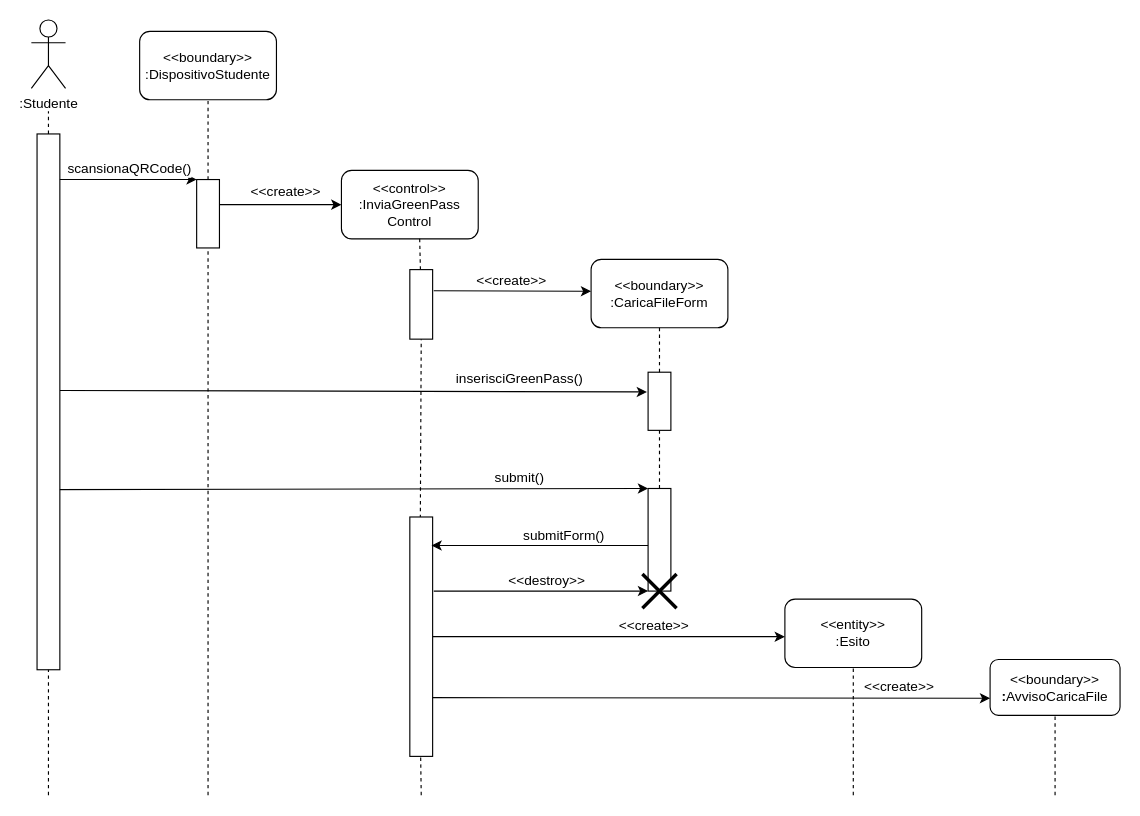
Alberto-00/EasyPass keeps this draw.io diagram as Documentazione/Resources/Sequence Diagram SendGreenPass.drawio. Above is the earlier version. Source tidied: cells renumbered, new cells numbered last; positions are measured from the earlier drawing's top-left corner, leaving out a move shared by most shapes. Both pictures are drawn from the tidied source at 114%, with x=0, y=0 at pixel (31, 19).
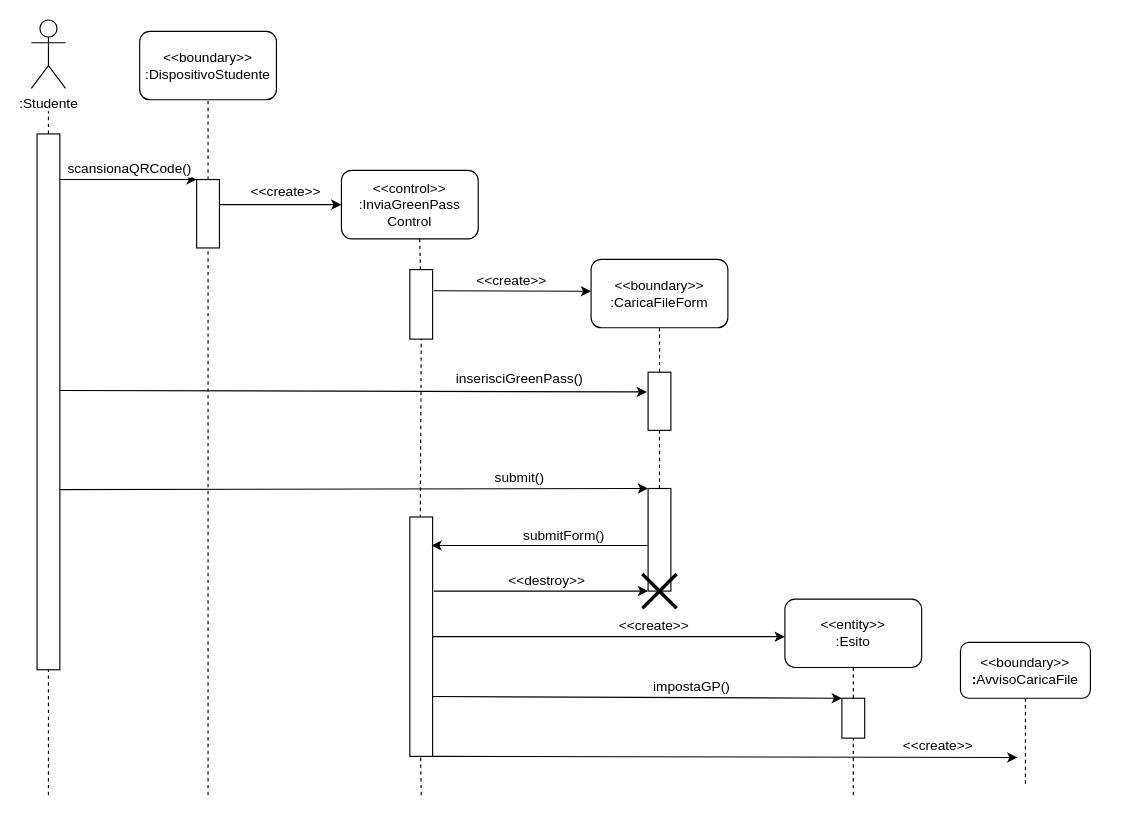
The same diagram, later.

The change refers to these unchanged cells:
```xml
<mxCell id="9" value="&amp;lt;&amp;lt;entity&amp;gt;&amp;gt;&lt;br&gt;:Esito" style="rounded=1;whiteSpace=wrap;html=1;" parent="1" vertex="1">
  <mxGeometry x="661" y="508" width="120" height="60" as="geometry" />
</mxCell>
<mxCell id="31" style="rounded=0;whiteSpace=wrap;html=1;" parent="1" vertex="1">
  <mxGeometry x="332" y="436" width="20" height="210" as="geometry" />
</mxCell>
```

What changed in the source:
```diff
@@
-    <mxCell id="35" style="endArrow=classic;html=1;rounded=0;entryX=0;entryY=0.5;entryDx=0;entryDy=0;" parent="1" edge="1">
+    <mxCell id="35" style="endArrow=classic;html=1;rounded=0;" parent="1" edge="1">
       <mxGeometry relative="1" as="geometry">
-        <mxPoint x="352" y="594.5" as="sourcePoint" />
-        <mxPoint x="841" y="595" as="targetPoint" />
+        <mxPoint x="352" y="646" as="sourcePoint" />
+        <mxPoint x="865" y="647" as="targetPoint" />
       </mxGeometry>
     </mxCell>
     <mxCell id="36" value="&amp;lt;&amp;lt;create&amp;gt;&amp;gt;" style="edgeLabel;html=1;align=center;verticalAlign=middle;fontSize=12;" parent="35" vertex="1">
       <mxGeometry x="0.31" y="1" relative="1" as="geometry">
-        <mxPoint x="88" y="-9" as="offset" />
+        <mxPoint x="106" y="-9" as="offset" />
       </mxGeometry>
     </mxCell>
@@
-    <mxCell id="40" style="endArrow=none;dashed=1;html=1;rounded=0;startArrow=none;entryX=0.5;entryY=1;entryDx=0;entryDy=0;" parent="1" edge="1" target="9">
-      <mxGeometry relative="1" as="geometry">
-        <mxPoint x="721" y="680" as="sourcePoint" />
-      </mxGeometry>
+    <mxCell id="40" style="endArrow=none;dashed=1;html=1;rounded=0;startArrow=none;entryX=0.5;entryY=1;entryDx=0;entryDy=0;" parent="1" edge="1" source="44" target="9">
+      <mxGeometry relative="1" as="geometry" />
     </mxCell>
     <mxCell id="41" style="endArrow=none;dashed=1;html=1;rounded=0;startArrow=none;entryX=0.5;entryY=1;entryDx=0;entryDy=0;" parent="1" edge="1" target="42">
       <mxGeometry relative="1" as="geometry">
-        <mxPoint x="898" y="680" as="sourcePoint" />
+        <mxPoint x="872" y="670" as="sourcePoint" />
       </mxGeometry>
     </mxCell>
     <mxCell id="42" value="&amp;lt;&amp;lt;boundary&amp;gt;&amp;gt;&lt;br&gt;&lt;font&gt;&lt;span style=&quot;font-size: 12px&quot;&gt;&lt;b&gt;:&lt;/b&gt;AvvisoCarica&lt;/span&gt;&lt;font style=&quot;font-size: 12px&quot;&gt;File&lt;/font&gt;&lt;/font&gt;" style="rounded=1;whiteSpace=wrap;html=1;" parent="1" vertex="1">
-      <mxGeometry x="841" y="561" width="114" height="49" as="geometry" />
+      <mxGeometry x="815" y="546" width="114" height="49" as="geometry" />
     </mxCell>
@@
+    <mxCell id="44" style="rounded=0;whiteSpace=wrap;html=1;" parent="1" vertex="1">
+      <mxGeometry x="711" y="595" width="20" height="35" as="geometry" />
+    </mxCell>
+    <mxCell id="45" style="endArrow=none;dashed=1;html=1;rounded=0;startArrow=none;entryX=0.5;entryY=1;entryDx=0;entryDy=0;" parent="1" edge="1" target="44">
+      <mxGeometry relative="1" as="geometry">
+        <mxPoint x="721" y="680" as="sourcePoint" />
+      </mxGeometry>
+    </mxCell>
+    <mxCell id="46" style="endArrow=classic;html=1;rounded=0;exitX=1;exitY=0.75;exitDx=0;exitDy=0;" parent="1" edge="1" source="31">
+      <mxGeometry relative="1" as="geometry">
+        <mxPoint x="711" y="595" as="targetPoint" />
+      </mxGeometry>
+    </mxCell>
+    <mxCell id="47" value="impostaGP()" style="edgeLabel;html=1;align=center;verticalAlign=middle;fontSize=12;" parent="46" vertex="1">
+      <mxGeometry x="0.31" y="1" relative="1" as="geometry">
+        <mxPoint x="-9" y="-9" as="offset" />
+      </mxGeometry>
+    </mxCell>
```
